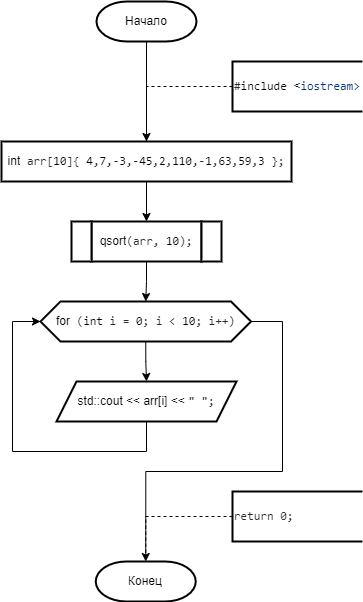
Earlier version of the draw.io export 2 Семестр/Labs/№9 Сложные сортировки быстрая (Хоара), слиянием, подсчетом, блочная, Шелла/Быстрая.png (IlyaFedoseev227/LABS-PNRPU-IVT-22-1b). Source tidied: cells renumbered, new cells last; positions are measured from the earlier drawing's top-left corner, leaving out a move shared by most shapes.
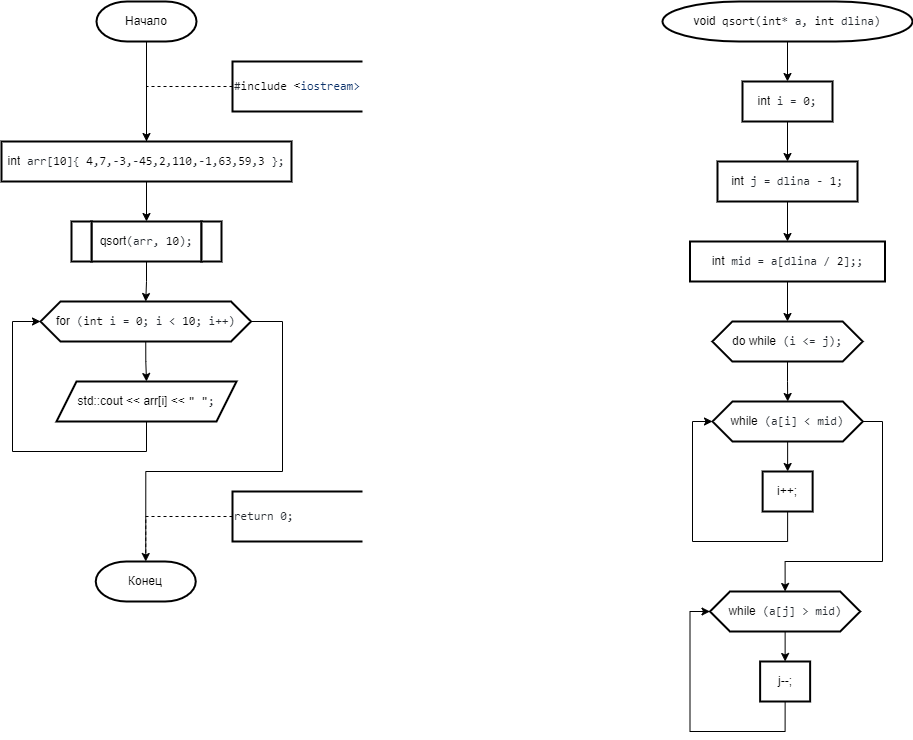
After the change.

Diff of the diagram source:
```diff
@@ -76,5 +76,80 @@
     <mxCell id="19" value="&lt;span style=&quot;box-sizing: border-box; font-family: ui-monospace, SFMono-Regular, &amp;quot;SF Mono&amp;quot;, Menlo, Consolas, &amp;quot;Liberation Mono&amp;quot;, monospace; background-color: rgb(255, 255, 255);&quot; class=&quot;pl-pds&quot;&gt;&lt;font color=&quot;#24292f&quot;&gt;return 0;&lt;/font&gt;&lt;br&gt;&lt;/span&gt;" style="strokeWidth=2;html=1;shape=mxgraph.flowchart.annotation_1;align=left;" parent="1" vertex="1">
       <mxGeometry x="231" y="490" width="130" height="50" as="geometry" />
     </mxCell>
+    <mxCell id="20" style="edgeStyle=orthogonalEdgeStyle;rounded=0;jettySize=auto;html=1;exitX=0.5;exitY=1;exitDx=0;exitDy=0;exitPerimeter=0;entryX=0.5;entryY=0;entryDx=0;entryDy=0;" parent="1" edge="1" source="21" target="23">
+      <mxGeometry relative="1" as="geometry" />
+    </mxCell>
+    <mxCell id="21" value="void&lt;span style=&quot;color: rgb(36, 41, 47); font-family: ui-monospace, SFMono-Regular, &amp;quot;SF Mono&amp;quot;, Menlo, Consolas, &amp;quot;Liberation Mono&amp;quot;, monospace; text-align: start; background-color: rgb(255, 255, 255);&quot;&gt; &lt;/span&gt;&lt;span style=&quot;box-sizing: border-box; color: var(--color-prettylights-syntax-entity); font-family: ui-monospace, SFMono-Regular, &amp;quot;SF Mono&amp;quot;, Menlo, Consolas, &amp;quot;Liberation Mono&amp;quot;, monospace; text-align: start; background-color: rgb(255, 255, 255);&quot; class=&quot;pl-en&quot;&gt;qsort&lt;/span&gt;&lt;span style=&quot;color: rgb(36, 41, 47); font-family: ui-monospace, SFMono-Regular, &amp;quot;SF Mono&amp;quot;, Menlo, Consolas, &amp;quot;Liberation Mono&amp;quot;, monospace; text-align: start; background-color: rgb(255, 255, 255);&quot;&gt;(&lt;/span&gt;&lt;span style=&quot;box-sizing: border-box; color: var(--color-prettylights-syntax-keyword); font-family: ui-monospace, SFMono-Regular, &amp;quot;SF Mono&amp;quot;, Menlo, Consolas, &amp;quot;Liberation Mono&amp;quot;, monospace; text-align: start; background-color: rgb(255, 255, 255);&quot; class=&quot;pl-k&quot;&gt;int&lt;/span&gt;&lt;span style=&quot;color: rgb(36, 41, 47); font-family: ui-monospace, SFMono-Regular, &amp;quot;SF Mono&amp;quot;, Menlo, Consolas, &amp;quot;Liberation Mono&amp;quot;, monospace; text-align: start; background-color: rgb(255, 255, 255);&quot;&gt;* a, &lt;/span&gt;&lt;span style=&quot;box-sizing: border-box; color: var(--color-prettylights-syntax-keyword); font-family: ui-monospace, SFMono-Regular, &amp;quot;SF Mono&amp;quot;, Menlo, Consolas, &amp;quot;Liberation Mono&amp;quot;, monospace; text-align: start; background-color: rgb(255, 255, 255);&quot; class=&quot;pl-k&quot;&gt;int&lt;/span&gt;&lt;span style=&quot;color: rgb(36, 41, 47); font-family: ui-monospace, SFMono-Regular, &amp;quot;SF Mono&amp;quot;, Menlo, Consolas, &amp;quot;Liberation Mono&amp;quot;, monospace; text-align: start; background-color: rgb(255, 255, 255);&quot;&gt; dlina)&lt;/span&gt;" style="strokeWidth=2;html=1;shape=mxgraph.flowchart.terminator;whiteSpace=wrap;" parent="1" vertex="1">
+      <mxGeometry x="661" width="250" height="40" as="geometry" />
+    </mxCell>
+    <mxCell id="22" style="edgeStyle=orthogonalEdgeStyle;rounded=0;jettySize=auto;html=1;exitX=0.5;exitY=1;exitDx=0;exitDy=0;" parent="1" edge="1" source="23" target="25">
+      <mxGeometry relative="1" as="geometry" />
+    </mxCell>
+    <mxCell id="23" value="&lt;div style=&quot;text-align: start;&quot;&gt;int&lt;span style=&quot;color: rgb(36, 41, 47); font-family: ui-monospace, SFMono-Regular, &amp;quot;SF Mono&amp;quot;, Menlo, Consolas, &amp;quot;Liberation Mono&amp;quot;, monospace; background-color: rgb(255, 255, 255);&quot;&gt; i = &lt;/span&gt;&lt;span style=&quot;box-sizing: border-box; color: var(--color-prettylights-syntax-constant); font-family: ui-monospace, SFMono-Regular, &amp;quot;SF Mono&amp;quot;, Menlo, Consolas, &amp;quot;Liberation Mono&amp;quot;, monospace; background-color: rgb(255, 255, 255);&quot; class=&quot;pl-c1&quot;&gt;0&lt;/span&gt;&lt;span style=&quot;color: rgb(36, 41, 47); font-family: ui-monospace, SFMono-Regular, &amp;quot;SF Mono&amp;quot;, Menlo, Consolas, &amp;quot;Liberation Mono&amp;quot;, monospace; background-color: rgb(255, 255, 255);&quot;&gt;;&lt;/span&gt;&lt;br&gt;&lt;/div&gt;" style="shape=parallelogram;perimeter=parallelogramPerimeter;whiteSpace=wrap;html=1;fixedSize=1;strokeWidth=2;size=-6;" parent="1" vertex="1">
+      <mxGeometry x="741" y="80" width="90" height="40" as="geometry" />
+    </mxCell>
+    <mxCell id="24" style="edgeStyle=orthogonalEdgeStyle;rounded=0;jettySize=auto;html=1;exitX=0.5;exitY=1;exitDx=0;exitDy=0;" parent="1" edge="1" source="25" target="27">
+      <mxGeometry relative="1" as="geometry" />
+    </mxCell>
+    <mxCell id="25" value="&lt;div style=&quot;text-align: start;&quot;&gt;int&lt;span style=&quot;color: rgb(36, 41, 47); font-family: ui-monospace, SFMono-Regular, &amp;quot;SF Mono&amp;quot;, Menlo, Consolas, &amp;quot;Liberation Mono&amp;quot;, monospace; background-color: rgb(255, 255, 255);&quot;&gt; j = dlina - &lt;/span&gt;&lt;span style=&quot;box-sizing: border-box; color: var(--color-prettylights-syntax-constant); font-family: ui-monospace, SFMono-Regular, &amp;quot;SF Mono&amp;quot;, Menlo, Consolas, &amp;quot;Liberation Mono&amp;quot;, monospace; background-color: rgb(255, 255, 255);&quot; class=&quot;pl-c1&quot;&gt;1&lt;/span&gt;&lt;span style=&quot;color: rgb(36, 41, 47); font-family: ui-monospace, SFMono-Regular, &amp;quot;SF Mono&amp;quot;, Menlo, Consolas, &amp;quot;Liberation Mono&amp;quot;, monospace; background-color: rgb(255, 255, 255);&quot;&gt;;&lt;/span&gt;&lt;br&gt;&lt;/div&gt;" style="shape=parallelogram;perimeter=parallelogramPerimeter;whiteSpace=wrap;html=1;fixedSize=1;strokeWidth=2;size=-6;" parent="1" vertex="1">
+      <mxGeometry x="716" y="160" width="140" height="40" as="geometry" />
+    </mxCell>
+    <mxCell id="26" style="edgeStyle=orthogonalEdgeStyle;rounded=0;jettySize=auto;html=1;exitX=0.5;exitY=1;exitDx=0;exitDy=0;entryX=0.5;entryY=0;entryDx=0;entryDy=0;" parent="1" edge="1" source="27" target="29">
+      <mxGeometry relative="1" as="geometry" />
+    </mxCell>
+    <mxCell id="27" value="&lt;div style=&quot;text-align: start;&quot;&gt;int&lt;span style=&quot;color: rgb(36, 41, 47); font-family: ui-monospace, SFMono-Regular, &amp;quot;SF Mono&amp;quot;, Menlo, Consolas, &amp;quot;Liberation Mono&amp;quot;, monospace; background-color: rgb(255, 255, 255);&quot;&gt; mid = a[dlina / &lt;/span&gt;&lt;span style=&quot;box-sizing: border-box; color: var(--color-prettylights-syntax-constant); font-family: ui-monospace, SFMono-Regular, &amp;quot;SF Mono&amp;quot;, Menlo, Consolas, &amp;quot;Liberation Mono&amp;quot;, monospace; background-color: rgb(255, 255, 255);&quot; class=&quot;pl-c1&quot;&gt;2&lt;/span&gt;&lt;span style=&quot;color: rgb(36, 41, 47); font-family: ui-monospace, SFMono-Regular, &amp;quot;SF Mono&amp;quot;, Menlo, Consolas, &amp;quot;Liberation Mono&amp;quot;, monospace; background-color: rgb(255, 255, 255);&quot;&gt;];;&lt;/span&gt;&lt;br&gt;&lt;/div&gt;" style="shape=parallelogram;perimeter=parallelogramPerimeter;whiteSpace=wrap;html=1;fixedSize=1;strokeWidth=2;size=-6;" parent="1" vertex="1">
+      <mxGeometry x="688.5" y="240" width="195" height="40" as="geometry" />
+    </mxCell>
+    <mxCell id="28" style="edgeStyle=orthogonalEdgeStyle;rounded=0;jettySize=auto;html=1;exitX=0.5;exitY=1;exitDx=0;exitDy=0;" parent="1" edge="1" source="29" target="32">
+      <mxGeometry relative="1" as="geometry" />
+    </mxCell>
+    <mxCell id="29" value="&lt;div style=&quot;text-align: start;&quot;&gt;do&amp;nbsp;&lt;span style=&quot;background-color: initial;&quot;&gt;while&lt;/span&gt;&lt;span style=&quot;color: rgb(36, 41, 47); font-family: ui-monospace, SFMono-Regular, &amp;quot;SF Mono&amp;quot;, Menlo, Consolas, &amp;quot;Liberation Mono&amp;quot;, monospace; background-color: rgb(255, 255, 255);&quot;&gt; (i &amp;lt;= j);&lt;/span&gt;&lt;/div&gt;" style="shape=hexagon;perimeter=hexagonPerimeter2;whiteSpace=wrap;html=1;fixedSize=1;strokeWidth=2;" parent="1" vertex="1">
+      <mxGeometry x="710.9" y="320" width="150.2" height="40" as="geometry" />
+    </mxCell>
+    <mxCell id="30" style="edgeStyle=orthogonalEdgeStyle;rounded=0;jettySize=auto;html=1;exitX=0.5;exitY=1;exitDx=0;exitDy=0;entryX=0.5;entryY=0;entryDx=0;entryDy=0;" parent="1" edge="1" source="32" target="34">
+      <mxGeometry relative="1" as="geometry" />
+    </mxCell>
+    <mxCell id="31" style="edgeStyle=orthogonalEdgeStyle;rounded=0;jettySize=auto;html=1;exitX=1;exitY=0.5;exitDx=0;exitDy=0;entryX=0.5;entryY=0;entryDx=0;entryDy=0;" parent="1" edge="1" source="32" target="36">
+      <mxGeometry relative="1" as="geometry">
+        <Array as="points">
+          <mxPoint x="881" y="420" />
+          <mxPoint x="881" y="560" />
+          <mxPoint x="784" y="560" />
+        </Array>
+      </mxGeometry>
+    </mxCell>
+    <mxCell id="32" value="&lt;div style=&quot;text-align: start;&quot;&gt;while&lt;span style=&quot;color: rgb(36, 41, 47); font-family: ui-monospace, SFMono-Regular, &amp;quot;SF Mono&amp;quot;, Menlo, Consolas, &amp;quot;Liberation Mono&amp;quot;, monospace; background-color: rgb(255, 255, 255);&quot;&gt; (a[i] &amp;lt; mid)&lt;/span&gt;&lt;br&gt;&lt;/div&gt;" style="shape=hexagon;perimeter=hexagonPerimeter2;whiteSpace=wrap;html=1;fixedSize=1;strokeWidth=2;" parent="1" vertex="1">
+      <mxGeometry x="711" y="400" width="150.2" height="40" as="geometry" />
+    </mxCell>
+    <mxCell id="33" style="edgeStyle=orthogonalEdgeStyle;rounded=0;jettySize=auto;html=1;exitX=0.5;exitY=1;exitDx=0;exitDy=0;entryX=0;entryY=0.5;entryDx=0;entryDy=0;" parent="1" edge="1" source="34" target="32">
+      <mxGeometry relative="1" as="geometry">
+        <Array as="points">
+          <mxPoint x="786" y="540" />
+          <mxPoint x="691" y="540" />
+          <mxPoint x="691" y="420" />
+        </Array>
+      </mxGeometry>
+    </mxCell>
+    <mxCell id="34" value="&lt;div style=&quot;text-align: start;&quot;&gt;i++;&lt;br&gt;&lt;/div&gt;" style="shape=parallelogram;perimeter=parallelogramPerimeter;whiteSpace=wrap;html=1;fixedSize=1;strokeWidth=2;size=-6;" parent="1" vertex="1">
+      <mxGeometry x="761.1" y="470" width="50" height="40" as="geometry" />
+    </mxCell>
+    <mxCell id="35" style="edgeStyle=orthogonalEdgeStyle;rounded=0;jettySize=auto;html=1;exitX=0.5;exitY=1;exitDx=0;exitDy=0;entryX=0.5;entryY=0;entryDx=0;entryDy=0;" parent="1" edge="1" source="36" target="38">
+      <mxGeometry relative="1" as="geometry" />
+    </mxCell>
+    <mxCell id="36" value="&lt;div style=&quot;text-align: start;&quot;&gt;while&lt;span style=&quot;color: rgb(36, 41, 47); font-family: ui-monospace, SFMono-Regular, &amp;quot;SF Mono&amp;quot;, Menlo, Consolas, &amp;quot;Liberation Mono&amp;quot;, monospace; background-color: rgb(255, 255, 255);&quot;&gt; (a[j] &amp;gt; mid)&lt;/span&gt;&lt;br&gt;&lt;/div&gt;" style="shape=hexagon;perimeter=hexagonPerimeter2;whiteSpace=wrap;html=1;fixedSize=1;strokeWidth=2;" parent="1" vertex="1">
+      <mxGeometry x="708.5" y="590" width="150.2" height="40" as="geometry" />
+    </mxCell>
+    <mxCell id="37" style="edgeStyle=orthogonalEdgeStyle;rounded=0;jettySize=auto;html=1;exitX=0.5;exitY=1;exitDx=0;exitDy=0;entryX=0;entryY=0.5;entryDx=0;entryDy=0;" parent="1" edge="1" source="38" target="36">
+      <mxGeometry relative="1" as="geometry">
+        <Array as="points">
+          <mxPoint x="783.5" y="730" />
+          <mxPoint x="688.5" y="730" />
+          <mxPoint x="688.5" y="610" />
+        </Array>
+      </mxGeometry>
+    </mxCell>
+    <mxCell id="38" value="&lt;div style=&quot;text-align: start;&quot;&gt;j--;&lt;br&gt;&lt;/div&gt;" style="shape=parallelogram;perimeter=parallelogramPerimeter;whiteSpace=wrap;html=1;fixedSize=1;strokeWidth=2;size=-6;" parent="1" vertex="1">
+      <mxGeometry x="758.6" y="660" width="50" height="40" as="geometry" />
+    </mxCell>
   </root>
 </mxGraphModel>
```
